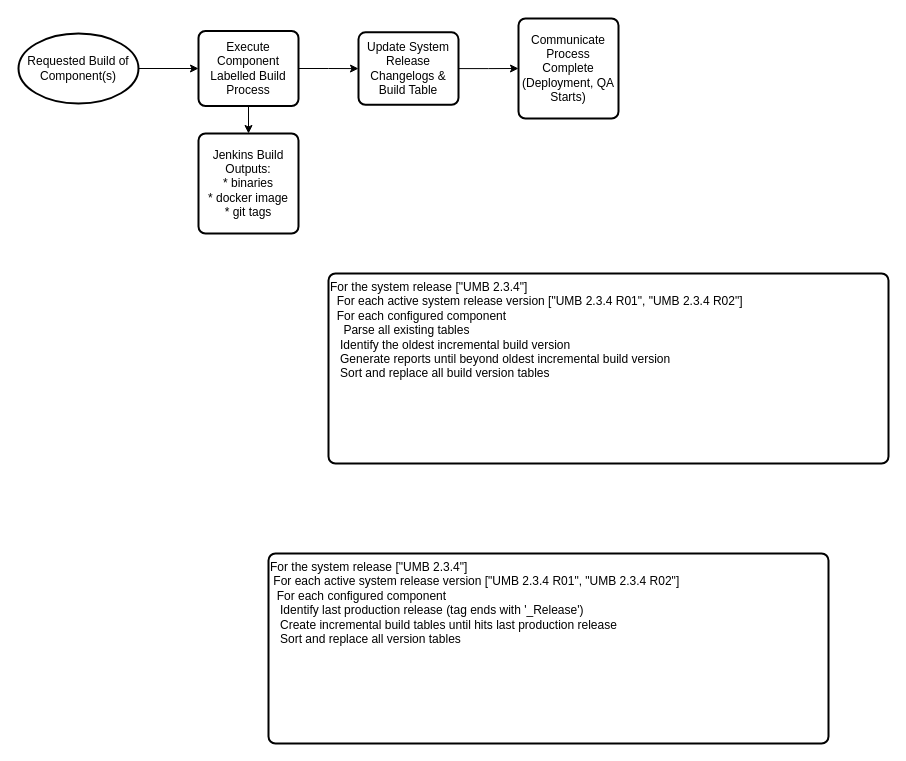
The draw.io diagram page "Component Build Request" (1 of 4) of Updated UMB release workflow.drawio in damon-dischler/drawio-diagrams, before the edit. Source tidied: cells renumbered, new cells numbered last; positions are measured from the earlier drawing's top-left corner, leaving out a move shared by most shapes. Both pictures are drawn from the tidied source at 100%, with x=0, y=0 at pixel (18, 18).
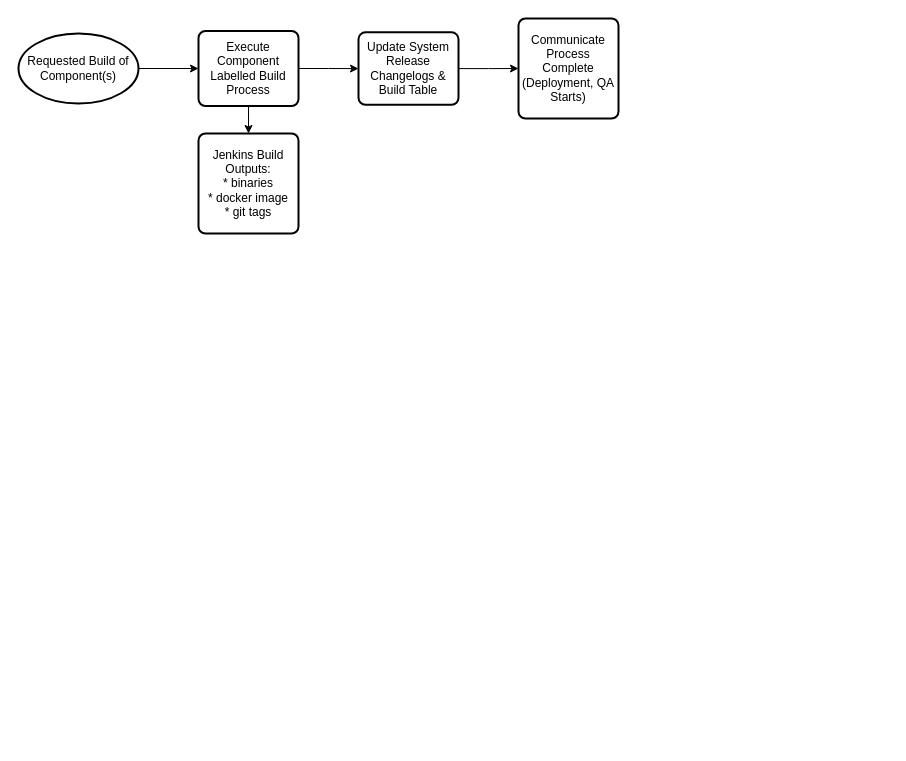
The same diagram, later.

Diff of the diagram source:
```diff
@@
 <mxGraphModel>
   <root>
     <mxCell id="0" />
     <mxCell id="1" parent="0" />
     <mxCell id="2" style="edgeStyle=orthogonalEdgeStyle;rounded=0;jettySize=auto;html=1;" parent="1" edge="1" source="3" target="5">
       <mxGeometry relative="1" as="geometry" />
     </mxCell>
     <mxCell id="3" value="Requested Build of Component(s)" style="strokeWidth=2;html=1;shape=mxgraph.flowchart.start_1;whiteSpace=wrap;" parent="1" vertex="1">
       <mxGeometry y="15" width="120" height="70" as="geometry" />
     </mxCell>
     <mxCell id="4" style="edgeStyle=orthogonalEdgeStyle;rounded=0;jettySize=auto;html=1;" parent="1" edge="1" source="5" target="9">
       <mxGeometry relative="1" as="geometry" />
     </mxCell>
     <mxCell id="5" value="Execute Component Labelled Build Process" style="rounded=1;whiteSpace=wrap;html=1;absoluteArcSize=1;arcSize=14;strokeWidth=2;fontFamily=Helvetica;fontSize=12;fontColor=default;align=center;strokeColor=default;fillColor=default;" parent="1" vertex="1">
       <mxGeometry x="180" y="12.5" width="100" height="75" as="geometry" />
     </mxCell>
     <mxCell id="6" value="&lt;div&gt;Jenkins Build&lt;/div&gt;&lt;div&gt;Outputs:&lt;br&gt;* binaries&lt;/div&gt;&lt;div&gt;* docker image&lt;/div&gt;&lt;div&gt;* git tags&lt;br&gt;&lt;/div&gt;" style="rounded=1;whiteSpace=wrap;html=1;absoluteArcSize=1;arcSize=14;strokeWidth=2;" parent="1" vertex="1">
       <mxGeometry x="180" y="115" width="100" height="100" as="geometry" />
     </mxCell>
     <mxCell id="7" style="endArrow=classic;html=1;rounded=0;exitX=0.5;exitY=1;exitDx=0;exitDy=0;entryX=0.5;entryY=0;entryDx=0;entryDy=0;" parent="1" edge="1" source="5" target="6">
       <mxGeometry relative="1" as="geometry" />
     </mxCell>
     <mxCell id="8" style="edgeStyle=orthogonalEdgeStyle;rounded=0;jettySize=auto;html=1;" parent="1" edge="1" source="9" target="10">
       <mxGeometry relative="1" as="geometry" />
     </mxCell>
     <mxCell id="9" value="Update System Release Changelogs &amp;amp; Build Table" style="rounded=1;whiteSpace=wrap;html=1;absoluteArcSize=1;arcSize=14;strokeWidth=2;" parent="1" vertex="1">
       <mxGeometry x="340" y="13.8" width="100" height="72.5" as="geometry" />
     </mxCell>
     <mxCell id="10" value="Communicate Process Complete (Deployment, QA Starts)" style="rounded=1;whiteSpace=wrap;html=1;absoluteArcSize=1;arcSize=14;strokeWidth=2;" parent="1" vertex="1">
       <mxGeometry x="500" width="100" height="100" as="geometry" />
     </mxCell>
-    <mxCell id="11" value="For the system release [&quot;UMB 2.3.4&quot;]&lt;br&gt;&lt;div&gt;&lt;span style=&quot;&quot;&gt; &lt;/span&gt;&lt;span style=&quot;&quot;&gt; &lt;/span&gt;&lt;span style=&quot;white-space: pre;&quot;&gt; &lt;/span&gt;For each active system release version [&quot;UMB 2.3.4 R01&quot;, &quot;UMB 2.3.4 R02&quot;]&lt;/div&gt;&lt;div&gt;&lt;span style=&quot;&quot;&gt; &lt;span style=&quot;&quot;&gt; &lt;/span&gt;&lt;span style=&quot;&quot;&gt; &lt;span style=&quot;&quot;&gt; &lt;/span&gt;&lt;/span&gt;&lt;span style=&quot;white-space: pre;&quot;&gt; &lt;/span&gt;&lt;span style=&quot;white-space: pre;&quot;&gt; &lt;/span&gt;For each configured component&lt;/span&gt;&lt;/div&gt;&lt;div&gt;&lt;span style=&quot;&quot;&gt;&lt;span style=&quot;white-space: pre;&quot;&gt; &lt;/span&gt;&lt;span style=&quot;white-space: pre;&quot;&gt; &lt;/span&gt;&lt;span style=&quot;white-space: pre;&quot;&gt; &lt;/span&gt;Identify last production release (tag ends with '_Release')&lt;/span&gt;&lt;/div&gt;&lt;div&gt;&lt;span style=&quot;&quot;&gt;&lt;span style=&quot;white-space: pre;&quot;&gt; &lt;/span&gt;&lt;span style=&quot;white-space: pre;&quot;&gt; &lt;/span&gt;&lt;span style=&quot;white-space: pre;&quot;&gt; &lt;/span&gt;Create incremental build tables until hits last production release&lt;/span&gt;&lt;/div&gt;&lt;div&gt;&lt;span style=&quot;&quot;&gt;&lt;span style=&quot;white-space: pre;&quot;&gt; &lt;/span&gt;&lt;span style=&quot;white-space: pre;&quot;&gt; &lt;/span&gt;&lt;span style=&quot;white-space: pre;&quot;&gt; &lt;/span&gt;Sort and replace all version tables&lt;br&gt;&lt;/span&gt;&lt;/div&gt;&lt;br&gt;" style="rounded=1;whiteSpace=wrap;html=1;absoluteArcSize=1;arcSize=14;strokeWidth=2;align=left;verticalAlign=top;" parent="1" vertex="1">
-      <mxGeometry x="250" y="535" width="560" height="190" as="geometry" />
-    </mxCell>
-    <mxCell id="12" value="&lt;div&gt;For the system release [&quot;UMB 2.3.4&quot;]&lt;br&gt;&lt;/div&gt;&lt;div&gt;&lt;span style=&quot;white-space: pre;&quot;&gt; &lt;/span&gt;&lt;span style=&quot;&quot;&gt; &lt;/span&gt;For each active system release version [&quot;UMB 2.3.4 R01&quot;, &quot;UMB 2.3.4 R02&quot;]&lt;/div&gt;&lt;div&gt;&lt;span style=&quot;&quot;&gt; &lt;span style=&quot;&quot;&gt; &lt;/span&gt;&lt;span style=&quot;white-space: pre;&quot;&gt; &lt;span style=&quot;white-space: pre;&quot;&gt; &lt;/span&gt;&lt;/span&gt;For each configured component&lt;/span&gt;&lt;/div&gt;&lt;div&gt;&lt;span style=&quot;white-space: pre;&quot;&gt; &lt;/span&gt;&lt;span style=&quot;white-space: pre;&quot;&gt; &lt;/span&gt;&lt;span style=&quot;&quot;&gt; &lt;/span&gt;&lt;span style=&quot;&quot;&gt; &lt;/span&gt;&lt;span style=&quot;&quot;&gt; &lt;/span&gt;&lt;span style=&quot;white-space: pre;&quot;&gt; &lt;/span&gt;Parse all existing tables&lt;/div&gt;&lt;div&gt;&lt;span style=&quot;white-space: pre;&quot;&gt;&lt;span style=&quot;white-space: pre;&quot;&gt; &lt;/span&gt;&lt;span style=&quot;white-space: pre;&quot;&gt; &lt;/span&gt; &lt;/span&gt;&lt;span style=&quot;&quot;&gt;&lt;/span&gt;&lt;span style=&quot;&quot;&gt;&lt;/span&gt;Identify the oldest incremental build version&lt;/div&gt;&lt;div&gt;&lt;span style=&quot;white-space: pre;&quot;&gt;&lt;span style=&quot;white-space: pre;&quot;&gt; &lt;/span&gt;&lt;span style=&quot;white-space: pre;&quot;&gt; &lt;/span&gt; &lt;/span&gt;Generate reports until beyond oldest incremental build version&lt;/div&gt;&lt;div&gt;&lt;span style=&quot;white-space: pre;&quot;&gt;&lt;/span&gt;&lt;span style=&quot;white-space: pre;&quot;&gt; &lt;/span&gt;&lt;span style=&quot;white-space: pre;&quot;&gt; &lt;/span&gt;&lt;span style=&quot;white-space: pre;&quot;&gt; &lt;/span&gt;Sort and replace all build version tables&lt;/div&gt;&lt;div&gt;&lt;br&gt;&lt;/div&gt;" style="rounded=1;whiteSpace=wrap;html=1;absoluteArcSize=1;arcSize=14;strokeWidth=2;align=left;verticalAlign=top;" parent="1" vertex="1">
-      <mxGeometry x="310" y="255" width="560" height="190" as="geometry" />
-    </mxCell>
   </root>
 </mxGraphModel>
```
